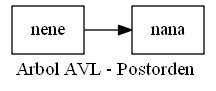
The Graphviz diagram EDD_Proyecto2/Reportes/ArbolPostorden.png in hr9457/EDD_1S2020_PY2_201314296, before a commit. Its source is kept beside it as EDD_Proyecto2/ArchivosDot/ArbolPostorden.dot.
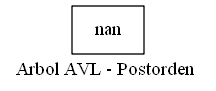
Later version of the same file.

What changed in the source:
```diff
@@ -1,8 +1,7 @@
 digraph arbolpostorden {
 node [shape = record];
 rankdir=LR;
-nodo0[label="nene"];
-nodo1[label="nana"];
-nodo0->nodo1;
+nodo0[label="nan"];
+nodo0;
 label = "Arbol AVL - Postorden "
 }
```
